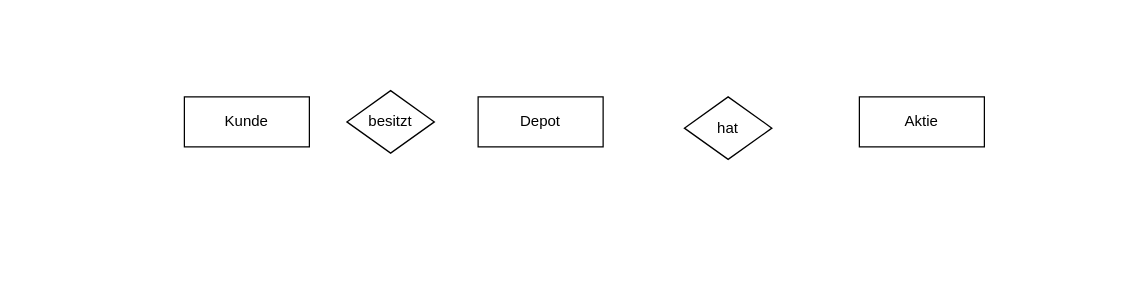
This is SAM_Trading.drawio from ingvargundahar/ER_Diagrams, a draw.io file, before an edit. Source tidied: cells renumbered, new cells numbered last; positions are measured from the earlier drawing's top-left corner, leaving out a move shared by most shapes. Both pictures are drawn from the tidied source at 125%, with x=0, y=0 at pixel (184, 90).
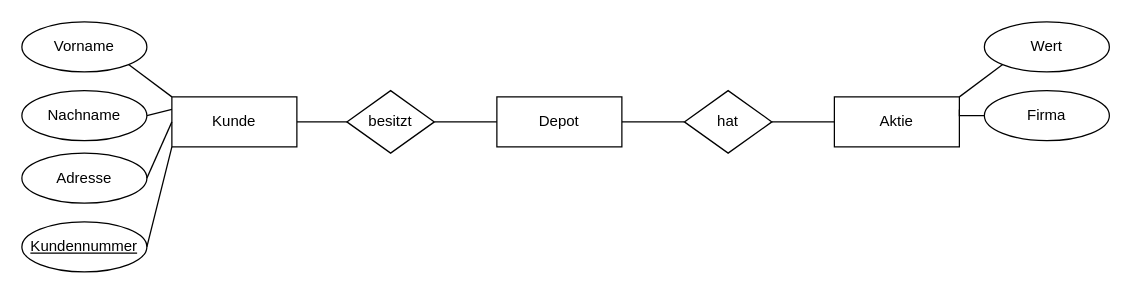
The same diagram, later.

Unchanged cells that the change refers to:
```xml
<mxCell id="5" value="besitzt" style="shape=rhombus;perimeter=rhombusPerimeter;whiteSpace=wrap;html=1;align=center;" parent="1" vertex="1">
  <mxGeometry x="130" width="70" height="50" as="geometry" />
</mxCell>
```

Change to the diagram source:
```diff
@@
+    <mxCell id="7" style="edgeStyle=orthogonalEdgeStyle;rounded=0;jettySize=auto;html=1;exitX=1;exitY=0.5;exitDx=0;exitDy=0;entryX=0;entryY=0.5;entryDx=0;entryDy=0;endArrow=none;endFill=0;" parent="1" edge="1" source="2" target="5">
+      <mxGeometry relative="1" as="geometry" />
+    </mxCell>
     <mxCell id="2" value="Kunde" style="whiteSpace=wrap;html=1;align=center;" parent="1" vertex="1">
-      <mxGeometry y="5" width="100" height="40" as="geometry" />
+      <mxGeometry x="-10" y="5" width="100" height="40" as="geometry" />
     </mxCell>
     <mxCell id="3" value="Aktie" style="whiteSpace=wrap;html=1;align=center;" parent="1" vertex="1">
-      <mxGeometry x="540" y="5" width="100" height="40" as="geometry" />
+      <mxGeometry x="520" y="5" width="100" height="40" as="geometry" />
     </mxCell>
+    <mxCell id="8" style="edgeStyle=orthogonalEdgeStyle;rounded=0;jettySize=auto;html=1;exitX=1;exitY=0.5;exitDx=0;exitDy=0;entryX=0;entryY=0.5;entryDx=0;entryDy=0;endArrow=none;endFill=0;" parent="1" edge="1" source="4" target="6">
+      <mxGeometry relative="1" as="geometry" />
+    </mxCell>
     <mxCell id="4" value="&lt;div&gt;Depot&lt;/div&gt;" style="whiteSpace=wrap;html=1;align=center;" parent="1" vertex="1">
-      <mxGeometry x="235" y="5" width="100" height="40" as="geometry" />
+      <mxGeometry x="250" y="5" width="100" height="40" as="geometry" />
     </mxCell>
+    <mxCell id="9" style="edgeStyle=orthogonalEdgeStyle;rounded=0;jettySize=auto;html=1;exitX=1;exitY=0.5;exitDx=0;exitDy=0;entryX=0;entryY=0.5;entryDx=0;entryDy=0;endArrow=none;endFill=0;" parent="1" edge="1" source="5" target="4">
+      <mxGeometry relative="1" as="geometry" />
+    </mxCell>
@@
+    <mxCell id="10" style="edgeStyle=orthogonalEdgeStyle;rounded=0;jettySize=auto;html=1;exitX=1;exitY=0.5;exitDx=0;exitDy=0;entryX=0;entryY=0.5;entryDx=0;entryDy=0;endArrow=none;endFill=0;" parent="1" edge="1" source="6" target="3">
+      <mxGeometry relative="1" as="geometry" />
+    </mxCell>
     <mxCell id="6" value="&lt;div&gt;hat&lt;/div&gt;" style="shape=rhombus;perimeter=rhombusPerimeter;whiteSpace=wrap;html=1;align=center;" parent="1" vertex="1">
-      <mxGeometry x="400" y="5" width="70" height="50" as="geometry" />
+      <mxGeometry x="400" width="70" height="50" as="geometry" />
     </mxCell>
+    <mxCell id="11" style="rounded=0;jettySize=auto;html=1;exitX=1;exitY=1;exitDx=0;exitDy=0;entryX=0;entryY=0;entryDx=0;entryDy=0;endArrow=none;endFill=0;" parent="1" edge="1" source="12" target="2">
+      <mxGeometry relative="1" as="geometry" />
+    </mxCell>
+    <mxCell id="12" value="Vorname" style="ellipse;whiteSpace=wrap;html=1;align=center;" parent="1" vertex="1">
+      <mxGeometry x="-130" y="-55" width="100" height="40" as="geometry" />
+    </mxCell>
+    <mxCell id="13" style="rounded=0;jettySize=auto;html=1;exitX=1;exitY=0.5;exitDx=0;exitDy=0;entryX=0;entryY=0.25;entryDx=0;entryDy=0;endArrow=none;endFill=0;" parent="1" edge="1" source="14" target="2">
+      <mxGeometry relative="1" as="geometry" />
+    </mxCell>
+    <mxCell id="14" value="&lt;div&gt;Nachname&lt;/div&gt;" style="ellipse;whiteSpace=wrap;html=1;align=center;" parent="1" vertex="1">
+      <mxGeometry x="-130" width="100" height="40" as="geometry" />
+    </mxCell>
+    <mxCell id="15" style="rounded=0;jettySize=auto;html=1;exitX=1;exitY=0.5;exitDx=0;exitDy=0;entryX=0;entryY=1;entryDx=0;entryDy=0;endArrow=none;endFill=0;" parent="1" edge="1" source="16" target="2">
+      <mxGeometry relative="1" as="geometry" />
+    </mxCell>
+    <mxCell id="16" value="&lt;div&gt;&lt;u&gt;Kundennummer&lt;/u&gt;&lt;/div&gt;" style="ellipse;whiteSpace=wrap;html=1;align=center;" parent="1" vertex="1">
+      <mxGeometry x="-130" y="105" width="100" height="40" as="geometry" />
+    </mxCell>
+    <mxCell id="17" value="Adresse" style="ellipse;whiteSpace=wrap;html=1;align=center;" parent="1" vertex="1">
+      <mxGeometry x="-130" y="50" width="100" height="40" as="geometry" />
+    </mxCell>
+    <mxCell id="18" style="rounded=0;jettySize=auto;html=1;exitX=1;exitY=0.5;exitDx=0;exitDy=0;entryX=0;entryY=0.5;entryDx=0;entryDy=0;endArrow=none;endFill=0;" parent="1" edge="1" target="2">
+      <mxGeometry relative="1" as="geometry">
+        <mxPoint x="-30" y="70" as="sourcePoint" />
+      </mxGeometry>
+    </mxCell>
+    <mxCell id="19" style="rounded=0;jettySize=auto;html=1;exitX=0;exitY=1;exitDx=0;exitDy=0;entryX=1;entryY=0;entryDx=0;entryDy=0;endArrow=none;endFill=0;" parent="1" edge="1" source="20" target="3">
+      <mxGeometry relative="1" as="geometry" />
+    </mxCell>
+    <mxCell id="20" value="Wert" style="ellipse;whiteSpace=wrap;html=1;align=center;" parent="1" vertex="1">
+      <mxGeometry x="640" y="-55" width="100" height="40" as="geometry" />
+    </mxCell>
+    <mxCell id="21" style="edgeStyle=orthogonalEdgeStyle;rounded=0;jettySize=auto;html=1;exitX=0;exitY=0.5;exitDx=0;exitDy=0;entryX=1;entryY=0.25;entryDx=0;entryDy=0;endArrow=none;endFill=0;" parent="1" edge="1" source="22" target="3">
+      <mxGeometry relative="1" as="geometry" />
+    </mxCell>
+    <mxCell id="22" value="Firma" style="ellipse;whiteSpace=wrap;html=1;align=center;" parent="1" vertex="1">
+      <mxGeometry x="640" width="100" height="40" as="geometry" />
+    </mxCell>
```
